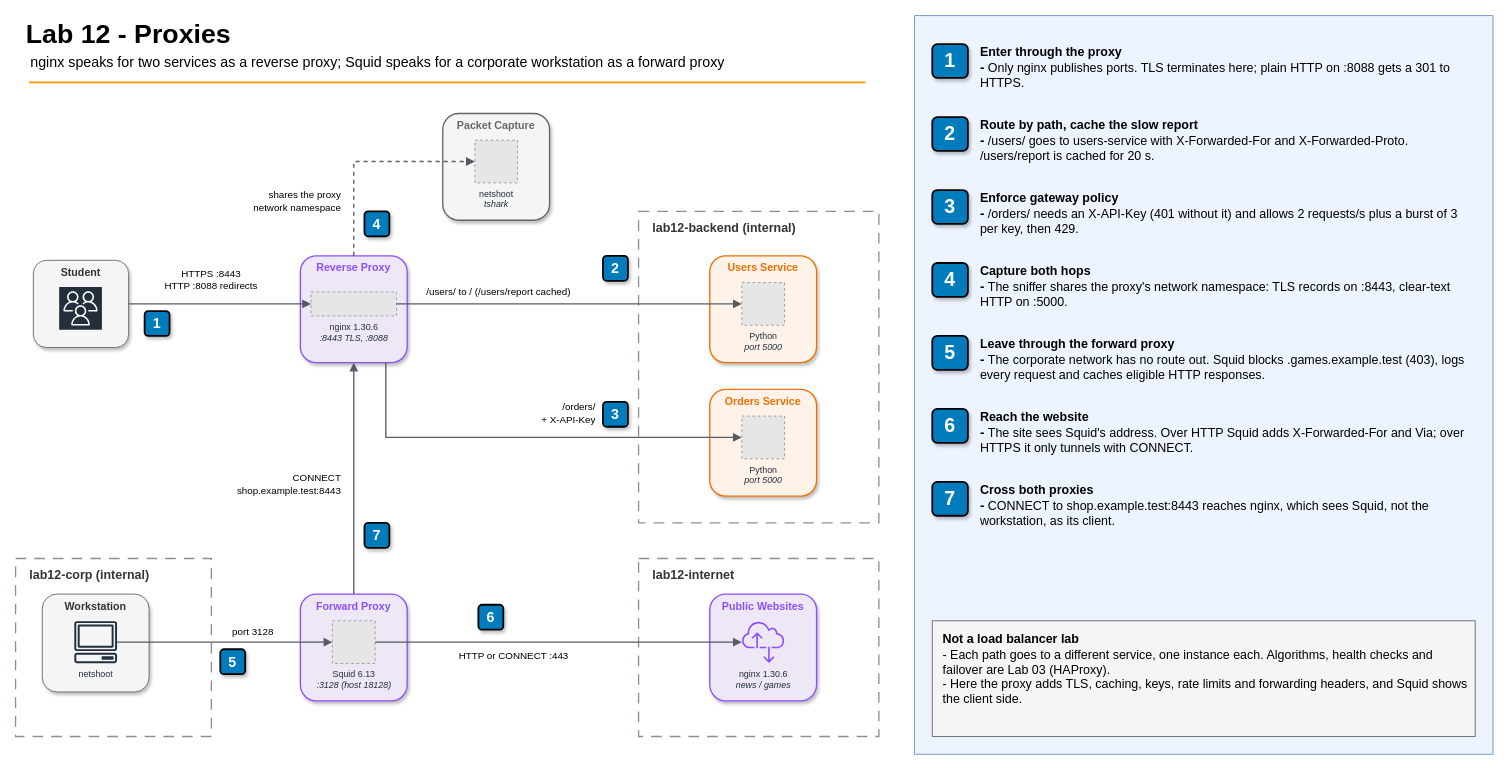
Above: 12-proxies/diagrams/lab12-architecture.drawio in gamaware/system-design-course (draw.io), before the change. Source tidied: cells renumbered, new cells numbered last; positions are measured from the earlier drawing's top-left corner, leaving out a move shared by most shapes. Both pictures are drawn from the tidied source at 89%, with x=0, y=0 at pixel (15, 15). Pictures stored in the file or linked from it are replaced by grey dashed boxes.
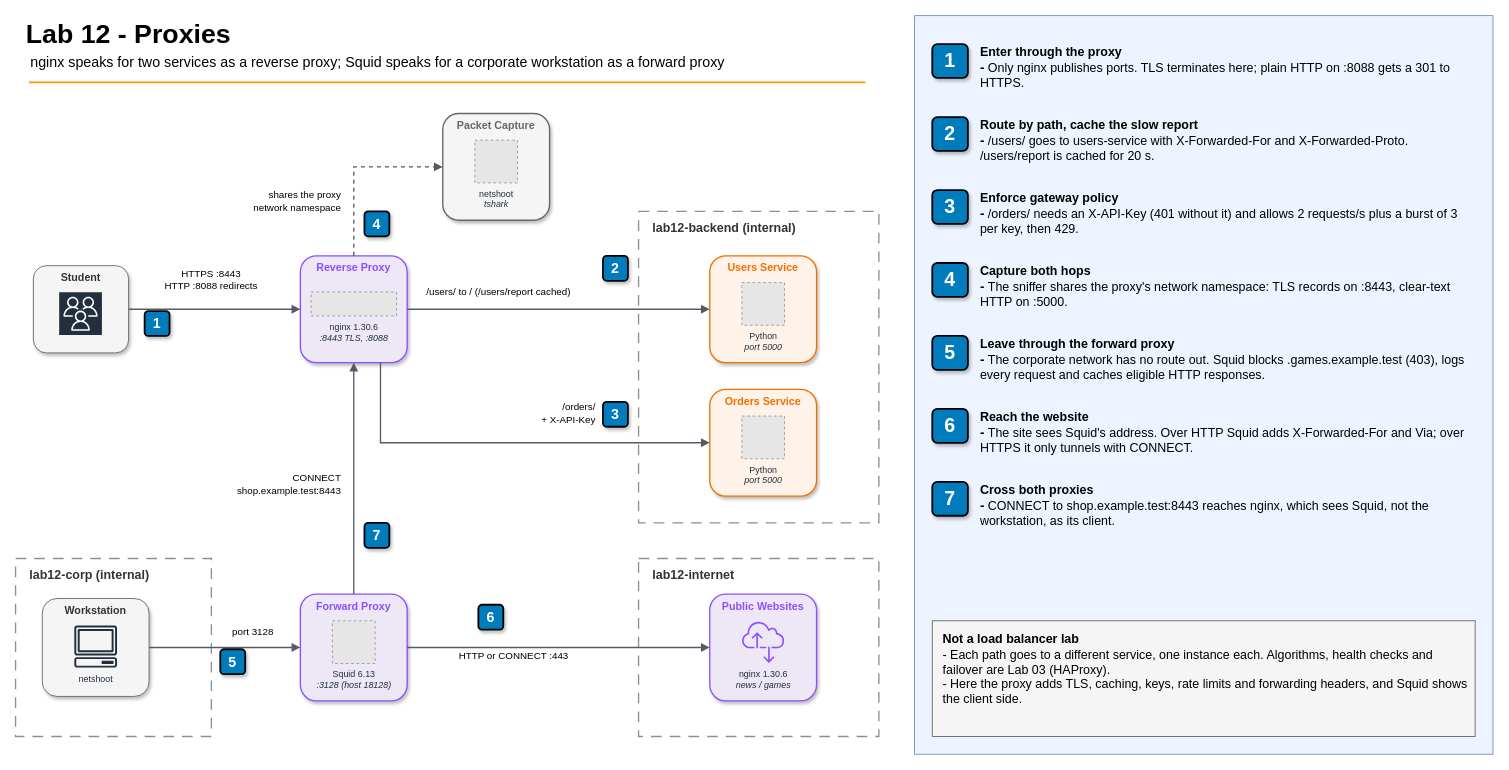
The same page after the edit.

Unchanged cells that the change refers to:
```xml
<mxCell id="11" value="Reverse Proxy" style="rounded=1;html=1;whiteSpace=wrap;verticalAlign=top;fontStyle=1;fontSize=12;shadow=1;fillColor=#EDE7F6;strokeColor=#8C4FFF;fontColor=#8C4FFF;strokeWidth=1.5;fontFamily=Helvetica;" parent="1" vertex="1">
  <mxGeometry x="320" y="270" width="120" height="120" as="geometry" />
</mxCell>
<mxCell id="12" value="nginx 1.30.6&lt;div&gt;&lt;i&gt;:8443 TLS, :8088&lt;/i&gt;&lt;/div&gt;" style="fillColor=#E6E6E6;strokeColor=#999999;dashed=1;verticalLabelPosition=bottom;verticalAlign=top;align=center;html=1;labelBackgroundColor=none;fontSize=10;fontColor=#232F3E;fontFamily=Helvetica;" parent="11" vertex="1">
  <mxGeometry x="12" y="40.5" width="96" height="27" as="geometry" />
</mxCell>
<mxCell id="13" value="Packet Capture" style="rounded=1;html=1;whiteSpace=wrap;verticalAlign=top;fontStyle=1;fontSize=12;shadow=1;fillColor=#F5F5F5;strokeColor=#666666;fontColor=#666666;strokeWidth=1.5;fontFamily=Helvetica;" parent="1" vertex="1">
  <mxGeometry x="480" y="110" width="120" height="120" as="geometry" />
</mxCell>
<mxCell id="14" value="netshoot&lt;div&gt;&lt;i&gt;tshark&lt;/i&gt;&lt;/div&gt;" style="fillColor=#E6E6E6;strokeColor=#999999;dashed=1;verticalLabelPosition=bottom;verticalAlign=top;align=center;html=1;labelBackgroundColor=none;fontSize=10;fontColor=#232F3E;fontFamily=Helvetica;" parent="13" vertex="1">
  <mxGeometry x="36" y="30" width="48" height="48" as="geometry" />
</mxCell>
<mxCell id="15" value="Users Service" style="rounded=1;html=1;whiteSpace=wrap;verticalAlign=top;fontStyle=1;fontSize=12;shadow=1;fillColor=#FFF2E8;strokeColor=#ED7100;fontColor=#ED7100;strokeWidth=1.5;fontFamily=Helvetica;" parent="1" vertex="1">
  <mxGeometry x="780" y="270" width="120" height="120" as="geometry" />
</mxCell>
<mxCell id="16" value="Python&lt;div&gt;&lt;i&gt;port 5000&lt;/i&gt;&lt;/div&gt;" style="fillColor=#E6E6E6;strokeColor=#999999;dashed=1;verticalLabelPosition=bottom;verticalAlign=top;align=center;html=1;labelBackgroundColor=none;fontSize=10;fontColor=#232F3E;fontFamily=Helvetica;" parent="15" vertex="1">
  <mxGeometry x="36" y="30" width="48" height="48" as="geometry" />
</mxCell>
<mxCell id="17" value="Orders Service" style="rounded=1;html=1;whiteSpace=wrap;verticalAlign=top;fontStyle=1;fontSize=12;shadow=1;fillColor=#FFF2E8;strokeColor=#ED7100;fontColor=#ED7100;strokeWidth=1.5;fontFamily=Helvetica;" parent="1" vertex="1">
  <mxGeometry x="780" y="420" width="120" height="120" as="geometry" />
</mxCell>
<mxCell id="18" value="Python&lt;div&gt;&lt;i&gt;port 5000&lt;/i&gt;&lt;/div&gt;" style="fillColor=#E6E6E6;strokeColor=#999999;dashed=1;verticalLabelPosition=bottom;verticalAlign=top;align=center;html=1;labelBackgroundColor=none;fontSize=10;fontColor=#232F3E;fontFamily=Helvetica;" parent="17" vertex="1">
  <mxGeometry x="36" y="30" width="48" height="48" as="geometry" />
</mxCell>
<mxCell id="20" value="netshoot" style="sketch=0;outlineConnect=0;fontColor=#232F3E;gradientColor=none;fillColor=#232F3D;strokeColor=none;dashed=0;verticalLabelPosition=bottom;verticalAlign=top;align=center;html=1;fontSize=10;fontStyle=0;shape=mxgraph.aws4.client;fontFamily=Helvetica;" parent="19" vertex="1">
  <mxGeometry x="36" y="30" width="48" height="48" as="geometry" />
</mxCell>
<mxCell id="21" value="Forward Proxy" style="rounded=1;html=1;whiteSpace=wrap;verticalAlign=top;fontStyle=1;fontSize=12;shadow=1;fillColor=#EDE7F6;strokeColor=#8C4FFF;fontColor=#8C4FFF;strokeWidth=1.5;fontFamily=Helvetica;" parent="1" vertex="1">
  <mxGeometry x="320" y="650" width="120" height="120" as="geometry" />
</mxCell>
<mxCell id="22" value="Squid 6.13&lt;div&gt;&lt;i&gt;:3128 (host 18128)&lt;/i&gt;&lt;/div&gt;" style="fillColor=#E6E6E6;strokeColor=#999999;dashed=1;verticalLabelPosition=bottom;verticalAlign=top;align=center;html=1;labelBackgroundColor=none;fontSize=10;fontColor=#232F3E;fontFamily=Helvetica;" parent="21" vertex="1">
  <mxGeometry x="36" y="30" width="48" height="48" as="geometry" />
</mxCell>
<mxCell id="23" value="Public Websites" style="rounded=1;html=1;whiteSpace=wrap;verticalAlign=top;fontStyle=1;fontSize=12;shadow=1;fillColor=#EDE7F6;strokeColor=#8C4FFF;fontColor=#8C4FFF;strokeWidth=1.5;fontFamily=Helvetica;" parent="1" vertex="1">
  <mxGeometry x="780" y="650" width="120" height="120" as="geometry" />
</mxCell>
<mxCell id="24" value="nginx 1.30.6&lt;div&gt;&lt;i&gt;news / games&lt;/i&gt;&lt;/div&gt;" style="sketch=0;outlineConnect=0;fontColor=#232F3E;gradientColor=none;fillColor=#8C4FFF;strokeColor=none;dashed=0;verticalLabelPosition=bottom;verticalAlign=top;align=center;html=1;fontSize=10;fontStyle=0;shape=mxgraph.aws4.internet_alt2;fontFamily=Helvetica;" parent="23" vertex="1">
  <mxGeometry x="36" y="30" width="48" height="48" as="geometry" />
</mxCell>
```

Change to the diagram source:
```diff
@@
     <mxCell id="9" value="Student" style="rounded=1;html=1;whiteSpace=wrap;verticalAlign=top;fontStyle=1;fontSize=12;shadow=1;fillColor=#f5f5f5;strokeColor=light-dark(#666666,#D4D4D4);fontColor=#333333;strokeWidth=1;fontFamily=Helvetica;" parent="1" vertex="1">
-      <mxGeometry x="20" y="275" width="107" height="98" as="geometry" />
+      <mxGeometry x="20" y="281" width="107" height="98" as="geometry" />
     </mxCell>
@@
     <mxCell id="19" value="Workstation" style="rounded=1;html=1;whiteSpace=wrap;verticalAlign=top;fontStyle=1;fontSize=12;shadow=1;fillColor=#f5f5f5;strokeColor=light-dark(#666666,#D4D4D4);fontColor=#333333;strokeWidth=1;fontFamily=Helvetica;" parent="1" vertex="1">
-      <mxGeometry x="30" y="650" width="120" height="110" as="geometry" />
+      <mxGeometry x="30" y="655" width="120" height="110" as="geometry" />
     </mxCell>
@@
-    <mxCell id="25" style="edgeStyle=orthogonalEdgeStyle;rounded=0;jettySize=auto;html=1;endArrow=block;endFill=1;strokeWidth=1.5;strokeColor=light-dark(#545B64,#D4D4D4);fontFamily=Helvetica;exitX=1;exitY=0.5;exitDx=0;exitDy=0;entryX=0;entryY=0.5;entryDx=0;entryDy=0;" parent="1" edge="1" source="9" target="12">
+    <mxCell id="25" style="edgeStyle=orthogonalEdgeStyle;rounded=0;jettySize=auto;html=1;endArrow=block;endFill=1;strokeWidth=1.5;strokeColor=light-dark(#545B64,#D4D4D4);fontFamily=Helvetica;exitX=1;exitY=0.5;exitDx=0;exitDy=0;entryX=0;entryY=0.5;entryDx=0;entryDy=0;" parent="1" edge="1" source="9" target="11">
       <mxGeometry relative="1" as="geometry" />
     </mxCell>
-    <mxCell id="26" style="edgeStyle=orthogonalEdgeStyle;rounded=0;jettySize=auto;html=1;endArrow=block;endFill=1;strokeWidth=1.5;strokeColor=light-dark(#545B64,#D4D4D4);fontFamily=Helvetica;exitX=1;exitY=0.5;exitDx=0;exitDy=0;entryX=0;entryY=0.5;entryDx=0;entryDy=0;" parent="1" edge="1" source="12" target="16">
+    <mxCell id="26" style="edgeStyle=orthogonalEdgeStyle;rounded=0;jettySize=auto;html=1;endArrow=block;endFill=1;strokeWidth=1.5;strokeColor=light-dark(#545B64,#D4D4D4);fontFamily=Helvetica;exitX=1;exitY=0.5;exitDx=0;exitDy=0;entryX=0;entryY=0.5;entryDx=0;entryDy=0;" parent="1" edge="1" source="11" target="15">
       <mxGeometry relative="1" as="geometry" />
     </mxCell>
-    <mxCell id="27" style="edgeStyle=orthogonalEdgeStyle;rounded=0;jettySize=auto;html=1;endArrow=block;endFill=1;strokeWidth=1.5;strokeColor=light-dark(#545B64,#D4D4D4);fontFamily=Helvetica;exitX=0.8;exitY=1;exitDx=0;exitDy=0;entryX=0;entryY=0.5;entryDx=0;entryDy=0;jumpStyle=arc;jumpSize=10;" parent="1" edge="1" source="11" target="18">
+    <mxCell id="27" style="edgeStyle=orthogonalEdgeStyle;rounded=0;jettySize=auto;html=1;endArrow=block;endFill=1;strokeWidth=1.5;strokeColor=light-dark(#545B64,#D4D4D4);fontFamily=Helvetica;exitX=0.75;exitY=1;exitDx=0;exitDy=0;entryX=0;entryY=0.5;entryDx=0;entryDy=0;jumpStyle=arc;jumpSize=10;" parent="1" edge="1" source="11" target="17">
       <mxGeometry relative="1" as="geometry" />
     </mxCell>
-    <mxCell id="28" style="edgeStyle=orthogonalEdgeStyle;rounded=0;jettySize=auto;html=1;endArrow=block;endFill=1;strokeWidth=1.5;strokeColor=light-dark(#545B64,#D4D4D4);fontFamily=Helvetica;exitX=0.5;exitY=0;exitDx=0;exitDy=0;entryX=0;entryY=0.5;entryDx=0;entryDy=0;dashed=1;jumpStyle=arc;jumpSize=10;" parent="1" edge="1" source="11" target="14">
+    <mxCell id="28" style="edgeStyle=orthogonalEdgeStyle;rounded=0;jettySize=auto;html=1;endArrow=block;endFill=1;strokeWidth=1.5;strokeColor=light-dark(#545B64,#D4D4D4);fontFamily=Helvetica;exitX=0.5;exitY=0;exitDx=0;exitDy=0;entryX=0;entryY=0.5;entryDx=0;entryDy=0;dashed=1;jumpStyle=arc;jumpSize=10;" parent="1" edge="1" source="11" target="13">
       <mxGeometry relative="1" as="geometry" />
     </mxCell>
-    <mxCell id="29" style="edgeStyle=orthogonalEdgeStyle;rounded=0;jettySize=auto;html=1;endArrow=block;endFill=1;strokeWidth=1.5;strokeColor=light-dark(#545B64,#D4D4D4);fontFamily=Helvetica;exitX=1;exitY=0.5;exitDx=0;exitDy=0;entryX=0;entryY=0.5;entryDx=0;entryDy=0;" parent="1" edge="1" source="20" target="22">
+    <mxCell id="29" style="edgeStyle=orthogonalEdgeStyle;rounded=0;jettySize=auto;html=1;endArrow=block;endFill=1;strokeWidth=1.5;strokeColor=light-dark(#545B64,#D4D4D4);fontFamily=Helvetica;exitX=1;exitY=0.5;exitDx=0;exitDy=0;entryX=0;entryY=0.5;entryDx=0;entryDy=0;" parent="1" edge="1" source="19" target="21">
       <mxGeometry relative="1" as="geometry" />
     </mxCell>
-    <mxCell id="30" style="edgeStyle=orthogonalEdgeStyle;rounded=0;jettySize=auto;html=1;endArrow=block;endFill=1;strokeWidth=1.5;strokeColor=light-dark(#545B64,#D4D4D4);fontFamily=Helvetica;exitX=1;exitY=0.5;exitDx=0;exitDy=0;entryX=0;entryY=0.5;entryDx=0;entryDy=0;" parent="1" edge="1" source="22" target="24">
+    <mxCell id="30" style="edgeStyle=orthogonalEdgeStyle;rounded=0;jettySize=auto;html=1;endArrow=block;endFill=1;strokeWidth=1.5;strokeColor=light-dark(#545B64,#D4D4D4);fontFamily=Helvetica;exitX=1;exitY=0.5;exitDx=0;exitDy=0;entryX=0;entryY=0.5;entryDx=0;entryDy=0;" parent="1" edge="1" source="21" target="23">
       <mxGeometry relative="1" as="geometry" />
     </mxCell>
```
